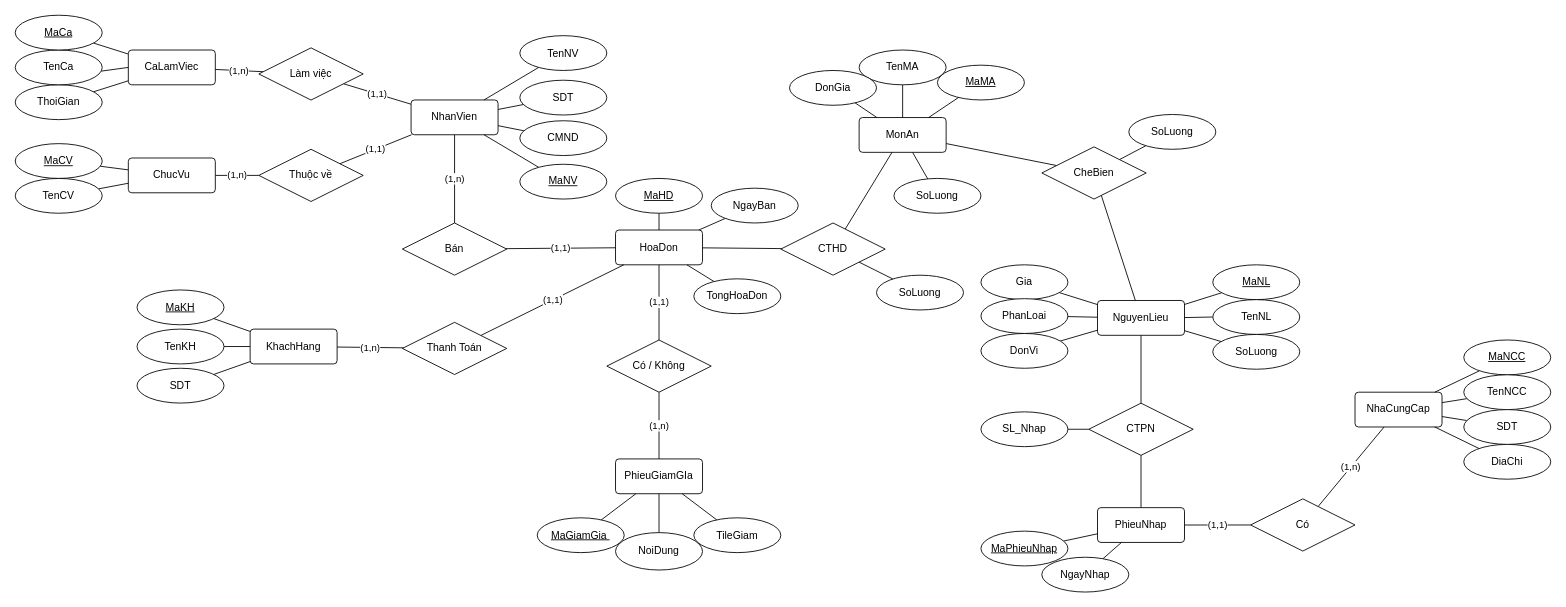
Above: page "Page-1" (1 of 14) of PTTK HTTT/Project/ERD_Project.drawio in EdgarIgnite16/SGU-Course (draw.io), before the change. Source tidied: cells renumbered, new cells numbered last; positions are measured from the earlier drawing's top-left corner, leaving out a move shared by most shapes. Both pictures are drawn from the tidied source at 87%, with x=0, y=0 at pixel (15, 15).
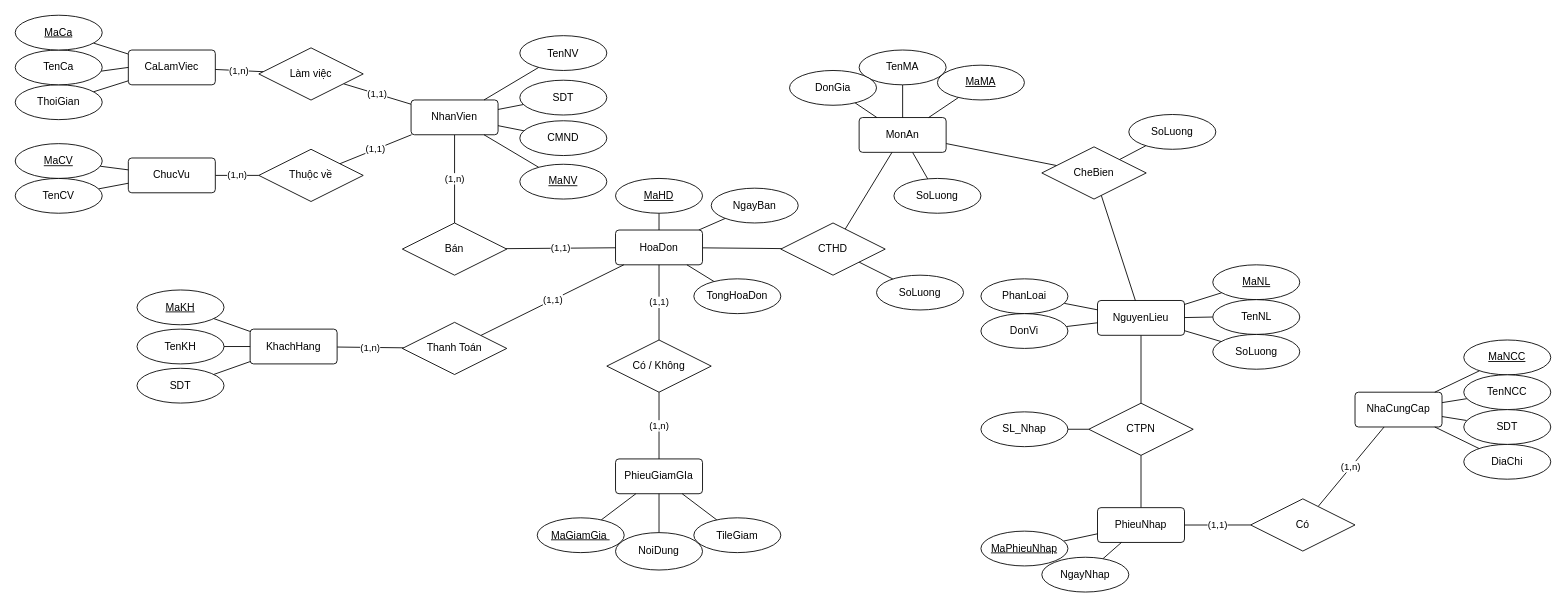
The same diagram, later.

Unchanged cells that the change refers to:
```xml
<mxCell id="25" value="NguyenLieu" style="rounded=1;arcSize=10;whiteSpace=wrap;html=1;align=center;" parent="1" vertex="1">
  <mxGeometry x="1244" y="327.9" width="100" height="40" as="geometry" />
</mxCell>
```

The edit, as a diff of the source:
```diff
@@
-    <mxCell id="97" style="edgeStyle=none;rounded=0;jettySize=auto;html=1;endArrow=none;endFill=0;" parent="1" edge="1" source="98" target="25">
-      <mxGeometry relative="1" as="geometry" />
-    </mxCell>
-    <mxCell id="98" value="Gia" style="ellipse;whiteSpace=wrap;html=1;align=center;" parent="1" vertex="1">
-      <mxGeometry x="1110" y="286.9" width="100" height="40" as="geometry" />
-    </mxCell>
@@
     <mxCell id="110" value="PhanLoai" style="ellipse;whiteSpace=wrap;html=1;align=center;" parent="1" vertex="1">
-      <mxGeometry x="1110" y="325.8" width="100" height="40" as="geometry" />
+      <mxGeometry x="1110" y="303" width="100" height="40" as="geometry" />
     </mxCell>
@@
     <mxCell id="113" value="DonVi" style="ellipse;whiteSpace=wrap;html=1;align=center;" parent="1" vertex="1">
-      <mxGeometry x="1110" y="365.8" width="100" height="40" as="geometry" />
+      <mxGeometry x="1110" y="343" width="100" height="40" as="geometry" />
     </mxCell>
```
